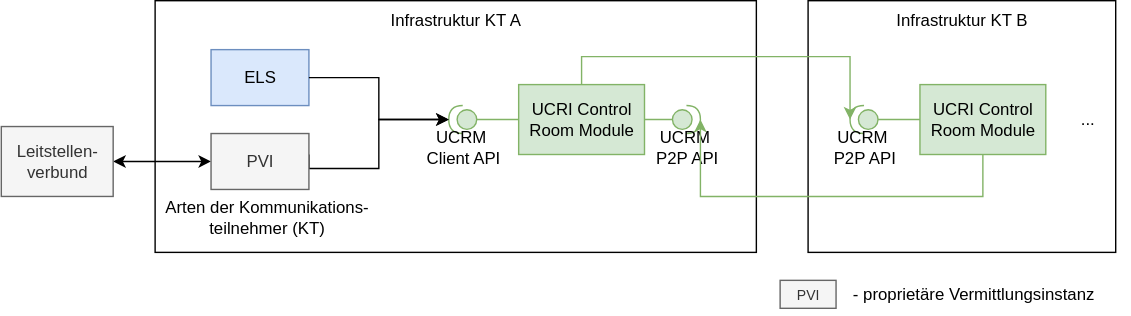
This is staging/spec/ucrm.drawio.svg from PMeV-EFUL/ucri2, a draw.io export, as it was before one commit. Source tidied: cells renumbered, new cells last; positions are measured from the earlier drawing's top-left corner, leaving out a move shared by most shapes.
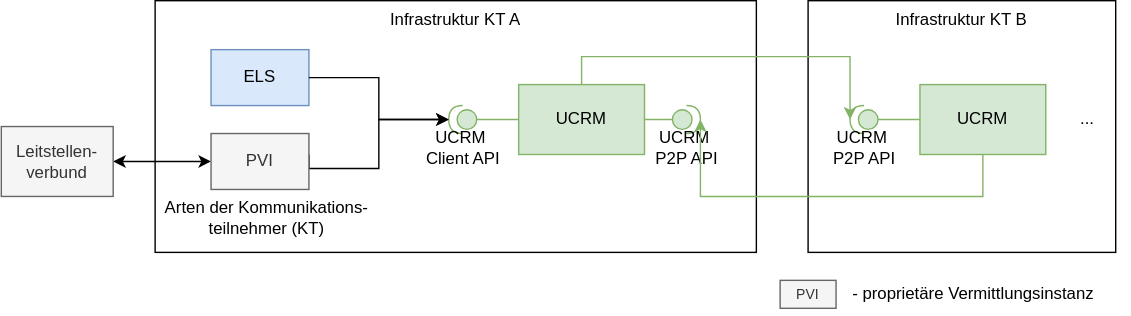
The same file after the commit.

What changed in the source:
```diff
@@ -37,7 +37,7 @@
     <mxCell id="10" value="Arten der Kommunikations-teilnehmer (KT)" style="text;html=1;strokeColor=none;fillColor=none;align=center;verticalAlign=middle;whiteSpace=wrap;rounded=0;" parent="1" vertex="1">
       <mxGeometry x="100" y="140" width="180" height="30" as="geometry" />
     </mxCell>
-    <mxCell id="11" value="UCRI Control Room Module" style="rounded=0;whiteSpace=wrap;html=1;fillColor=#d5e8d4;strokeColor=#82b366;" parent="1" vertex="1">
+    <mxCell id="11" value="UCRM" style="rounded=0;whiteSpace=wrap;html=1;fillColor=#d5e8d4;strokeColor=#82b366;" parent="1" vertex="1">
       <mxGeometry x="370" y="60" width="90" height="50" as="geometry" />
     </mxCell>
     <mxCell id="12" value="Infrastruktur KT B" style="rounded=0;whiteSpace=wrap;html=1;fillColor=none;verticalAlign=top;" parent="1" vertex="1">
@@ -49,7 +49,7 @@
     <mxCell id="14" value="UCRM&amp;nbsp;&lt;div&gt;P2P API&lt;/div&gt;" style="shape=providedRequiredInterface;html=1;verticalLabelPosition=bottom;sketch=0;direction=west;fillColor=#d5e8d4;strokeColor=#82b366;" parent="1" vertex="1">
       <mxGeometry x="607" y="75" width="20" height="20" as="geometry" />
     </mxCell>
-    <mxCell id="15" value="UCRI Control Room Module" style="rounded=0;whiteSpace=wrap;html=1;fillColor=#d5e8d4;strokeColor=#82b366;" parent="1" vertex="1">
+    <mxCell id="15" value="UCRM" style="rounded=0;whiteSpace=wrap;html=1;fillColor=#d5e8d4;strokeColor=#82b366;" parent="1" vertex="1">
       <mxGeometry x="657" y="60" width="90" height="50" as="geometry" />
     </mxCell>
     <mxCell id="16" value="..." style="text;html=1;strokeColor=none;fillColor=none;align=center;verticalAlign=middle;whiteSpace=wrap;rounded=0;" parent="1" vertex="1">
```
